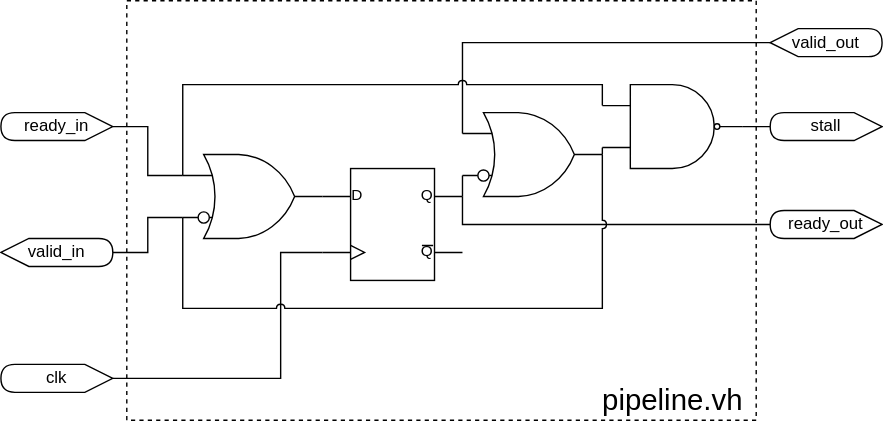
Before: images/pipeline.svg, a diagram exported from draw.io (kuopinghsu/pipeutils). Source tidied: cells renumbered, new cells last; positions are measured from the earlier drawing's top-left corner, leaving out a move shared by most shapes. Source of this version:
```xml
<mxGraphModel background="#ffffff">
  <root>
    <mxCell id="0" />
    <mxCell id="1" parent="0" />
    <mxCell id="2" style="rounded=0;whiteSpace=wrap;html=1;dashed=1;" parent="1" vertex="1">
      <mxGeometry x="90" width="450" height="300" as="geometry" />
    </mxCell>
    <mxCell id="3" style="edgeStyle=orthogonalEdgeStyle;rounded=0;jettySize=auto;html=1;exitX=0;exitY=0.75;exitDx=0;exitDy=0;exitPerimeter=0;entryX=1;entryY=0.5;entryDx=0;entryDy=0;entryPerimeter=0;endArrow=none;endFill=0;strokeColor=#000000;" parent="1" edge="1" source="4" target="22">
      <mxGeometry relative="1" as="geometry" />
    </mxCell>
    <mxCell id="4" style="verticalLabelPosition=bottom;shadow=0;dashed=0;align=center;html=1;verticalAlign=top;shape=mxgraph.electrical.logic_gates.logic_gate;operation=or;" parent="1" vertex="1">
      <mxGeometry x="130" y="110" width="100" height="60" as="geometry" />
    </mxCell>
    <mxCell id="5" style="verticalLabelPosition=bottom;shadow=0;dashed=0;align=center;html=1;verticalAlign=top;shape=mxgraph.electrical.logic_gates.inverting_contact;" parent="1" vertex="1">
      <mxGeometry x="140" y="150" width="10" height="10" as="geometry" />
    </mxCell>
    <mxCell id="6" style="edgeStyle=orthogonalEdgeStyle;rounded=0;jettySize=auto;html=1;exitX=1;exitY=0.25;exitDx=0;exitDy=0;exitPerimeter=0;entryX=0;entryY=0.75;entryDx=0;entryDy=0;entryPerimeter=0;endArrow=none;endFill=0;" parent="1" edge="1" source="9" target="13">
      <mxGeometry relative="1" as="geometry" />
    </mxCell>
    <mxCell id="7" style="edgeStyle=orthogonalEdgeStyle;rounded=0;jettySize=auto;html=1;exitX=1;exitY=0.25;exitDx=0;exitDy=0;exitPerimeter=0;entryX=1;entryY=0.5;entryDx=0;entryDy=0;entryPerimeter=0;endArrow=none;endFill=0;strokeColor=#000000;" parent="1" edge="1" source="9" target="23">
      <mxGeometry relative="1" as="geometry">
        <Array as="points">
          <mxPoint x="330" y="160" />
        </Array>
      </mxGeometry>
    </mxCell>
    <mxCell id="8" style="edgeStyle=orthogonalEdgeStyle;rounded=0;jettySize=auto;html=1;exitX=0;exitY=0.75;exitDx=0;exitDy=0;exitPerimeter=0;entryX=0;entryY=0.5;entryDx=0;entryDy=0;entryPerimeter=0;endArrow=none;endFill=0;strokeColor=#000000;" parent="1" edge="1" source="9" target="24">
      <mxGeometry relative="1" as="geometry">
        <Array as="points">
          <mxPoint x="200" y="180" />
          <mxPoint x="200" y="270" />
        </Array>
      </mxGeometry>
    </mxCell>
    <mxCell id="9" style="verticalLabelPosition=bottom;shadow=0;dashed=0;align=center;html=1;verticalAlign=top;shape=mxgraph.electrical.logic_gates.d_type_flip-flop;" parent="1" vertex="1">
      <mxGeometry x="230" y="120" width="100" height="80" as="geometry" />
    </mxCell>
    <mxCell id="10" style="edgeStyle=orthogonalEdgeStyle;rounded=0;jettySize=auto;html=1;exitX=1;exitY=0.5;exitDx=0;exitDy=0;exitPerimeter=0;entryX=0;entryY=0.75;entryDx=0;entryDy=0;entryPerimeter=0;endArrow=none;endFill=0;" parent="1" edge="1" source="13" target="16">
      <mxGeometry relative="1" as="geometry" />
    </mxCell>
    <mxCell id="11" style="edgeStyle=orthogonalEdgeStyle;rounded=0;jettySize=auto;html=1;exitX=1;exitY=0.5;exitDx=0;exitDy=0;exitPerimeter=0;endArrow=none;endFill=0;strokeColor=#000000;entryX=0;entryY=0.75;entryDx=0;entryDy=0;entryPerimeter=0;jumpStyle=arc;" parent="1" edge="1" source="13" target="4">
      <mxGeometry relative="1" as="geometry">
        <Array as="points">
          <mxPoint x="430" y="220" />
          <mxPoint x="130" y="220" />
        </Array>
      </mxGeometry>
    </mxCell>
    <mxCell id="12" style="edgeStyle=orthogonalEdgeStyle;rounded=0;jettySize=auto;html=1;exitX=0;exitY=0.25;exitDx=0;exitDy=0;exitPerimeter=0;entryX=0;entryY=0.5;entryDx=0;entryDy=0;entryPerimeter=0;endArrow=none;endFill=0;strokeColor=#000000;" parent="1" edge="1" source="13" target="17">
      <mxGeometry relative="1" as="geometry">
        <Array as="points">
          <mxPoint x="330" y="30" />
        </Array>
      </mxGeometry>
    </mxCell>
    <mxCell id="13" style="verticalLabelPosition=bottom;shadow=0;dashed=0;align=center;html=1;verticalAlign=top;shape=mxgraph.electrical.logic_gates.logic_gate;operation=or;" parent="1" vertex="1">
      <mxGeometry x="330" y="80" width="100" height="60" as="geometry" />
    </mxCell>
    <mxCell id="14" style="verticalLabelPosition=bottom;shadow=0;dashed=0;align=center;html=1;verticalAlign=top;shape=mxgraph.electrical.logic_gates.inverting_contact;" parent="1" vertex="1">
      <mxGeometry x="340" y="120" width="10" height="10" as="geometry" />
    </mxCell>
    <mxCell id="15" style="edgeStyle=orthogonalEdgeStyle;rounded=0;jettySize=auto;html=1;exitX=0;exitY=0.25;exitDx=0;exitDy=0;exitPerimeter=0;endArrow=none;endFill=0;strokeColor=#000000;entryX=0;entryY=0.25;entryDx=0;entryDy=0;entryPerimeter=0;jumpStyle=arc;" parent="1" edge="1" source="16" target="4">
      <mxGeometry relative="1" as="geometry">
        <Array as="points">
          <mxPoint x="430" y="60" />
          <mxPoint x="130" y="60" />
        </Array>
      </mxGeometry>
    </mxCell>
    <mxCell id="16" style="verticalLabelPosition=bottom;shadow=0;dashed=0;align=center;html=1;verticalAlign=top;shape=mxgraph.electrical.logic_gates.logic_gate;operation=and;negating=1;" parent="1" vertex="1">
      <mxGeometry x="430" y="60" width="100" height="60" as="geometry" />
    </mxCell>
    <mxCell id="17" value="valid_out" style="shape=display;whiteSpace=wrap;html=1;" parent="1" vertex="1">
      <mxGeometry x="550" y="20" width="80" height="20" as="geometry" />
    </mxCell>
    <mxCell id="18" style="edgeStyle=orthogonalEdgeStyle;rounded=0;jettySize=auto;html=1;endArrow=none;endFill=0;strokeColor=#000000;" parent="1" edge="1" source="19">
      <mxGeometry relative="1" as="geometry">
        <mxPoint x="540" y="90" as="targetPoint" />
      </mxGeometry>
    </mxCell>
    <mxCell id="19" value="stall" style="shape=display;whiteSpace=wrap;html=1;flipH=1;" parent="1" vertex="1">
      <mxGeometry x="550" y="80" width="80" height="20" as="geometry" />
    </mxCell>
    <mxCell id="20" style="edgeStyle=orthogonalEdgeStyle;rounded=0;jettySize=auto;html=1;entryX=0;entryY=0.25;entryDx=0;entryDy=0;entryPerimeter=0;endArrow=none;endFill=0;strokeColor=#000000;" parent="1" edge="1" source="21" target="4">
      <mxGeometry relative="1" as="geometry" />
    </mxCell>
    <mxCell id="21" value="ready_in" style="shape=display;whiteSpace=wrap;html=1;flipH=1;" parent="1" vertex="1">
      <mxGeometry y="80" width="80" height="20" as="geometry" />
    </mxCell>
    <mxCell id="22" value="valid_in" style="shape=display;whiteSpace=wrap;html=1;" parent="1" vertex="1">
      <mxGeometry y="170" width="80" height="20" as="geometry" />
    </mxCell>
    <mxCell id="23" value="ready_out" style="shape=display;whiteSpace=wrap;html=1;flipH=1;" parent="1" vertex="1">
      <mxGeometry x="550" y="150" width="80" height="20" as="geometry" />
    </mxCell>
    <mxCell id="24" value="clk" style="shape=display;whiteSpace=wrap;html=1;flipH=1;" parent="1" vertex="1">
      <mxGeometry y="260" width="80" height="20" as="geometry" />
    </mxCell>
    <mxCell id="25" value="pipeline.vh" style="text;html=1;align=center;verticalAlign=middle;fillColor=none;strokeColor=none;rounded=0;dashed=1;fontSize=21;" parent="1" vertex="1">
      <mxGeometry x="420" y="270" width="120" height="30" as="geometry" />
    </mxCell>
  </root>
</mxGraphModel>
```
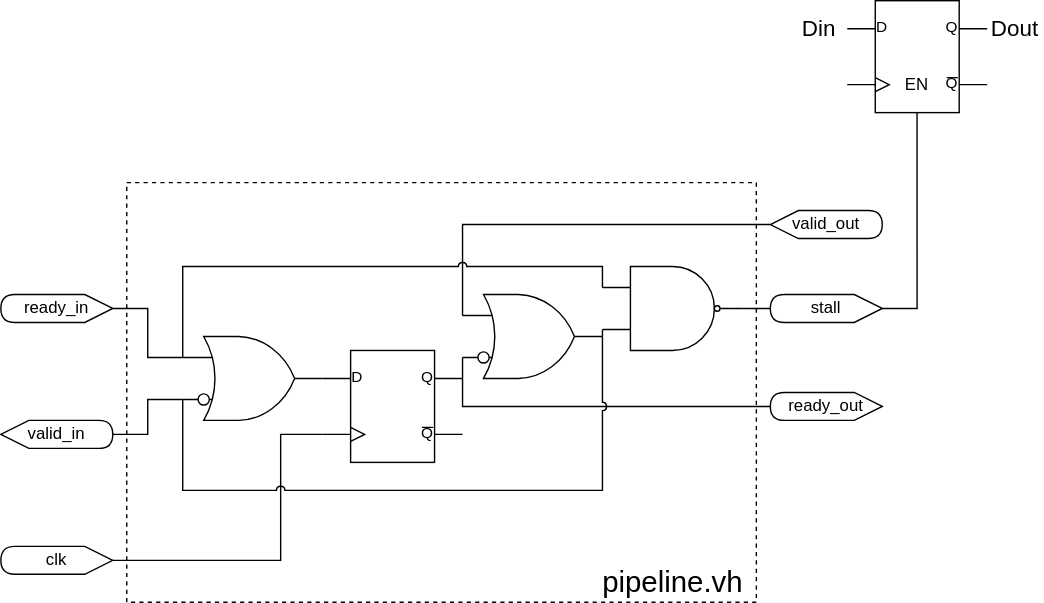
Above is the later version.

Diff of the diagram source:
```diff
@@ -78,6 +78,9 @@
         <mxPoint x="540" y="90" as="targetPoint" />
       </mxGeometry>
     </mxCell>
+    <mxCell id="26" style="edgeStyle=orthogonalEdgeStyle;rounded=0;jettySize=auto;html=1;exitX=0;exitY=0.5;exitDx=0;exitDy=0;exitPerimeter=0;entryX=0.495;entryY=1.2;entryDx=0;entryDy=0;entryPerimeter=0;endArrow=none;endFill=0;" parent="1" edge="1" source="19" target="28">
+      <mxGeometry relative="1" as="geometry" />
+    </mxCell>
     <mxCell id="19" value="stall" style="shape=display;whiteSpace=wrap;html=1;flipH=1;" parent="1" vertex="1">
       <mxGeometry x="550" y="80" width="80" height="20" as="geometry" />
     </mxCell>
@@ -99,5 +102,17 @@
     <mxCell id="25" value="pipeline.vh" style="text;html=1;align=center;verticalAlign=middle;fillColor=none;strokeColor=none;rounded=0;dashed=1;fontSize=21;" parent="1" vertex="1">
       <mxGeometry x="420" y="270" width="120" height="30" as="geometry" />
     </mxCell>
+    <mxCell id="27" style="verticalLabelPosition=bottom;shadow=0;dashed=0;align=center;html=1;verticalAlign=top;shape=mxgraph.electrical.logic_gates.d_type_flip-flop;" parent="1" vertex="1">
+      <mxGeometry x="605" y="-130" width="100" height="80" as="geometry" />
+    </mxCell>
+    <mxCell id="28" value="EN" style="text;html=1;strokeColor=none;fillColor=none;align=center;verticalAlign=middle;whiteSpace=wrap;rounded=0;" parent="1" vertex="1">
+      <mxGeometry x="640" y="-80" width="30" height="20" as="geometry" />
+    </mxCell>
+    <mxCell id="29" value="Din" style="text;html=1;strokeColor=none;fillColor=none;align=center;verticalAlign=middle;whiteSpace=wrap;rounded=0;fontSize=16;" parent="1" vertex="1">
+      <mxGeometry x="565" y="-120" width="40" height="20" as="geometry" />
+    </mxCell>
+    <mxCell id="30" value="Dout" style="text;html=1;strokeColor=none;fillColor=none;align=center;verticalAlign=middle;whiteSpace=wrap;rounded=0;fontSize=16;" parent="1" vertex="1">
+      <mxGeometry x="705" y="-120" width="40" height="20" as="geometry" />
+    </mxCell>
   </root>
 </mxGraphModel>
```
